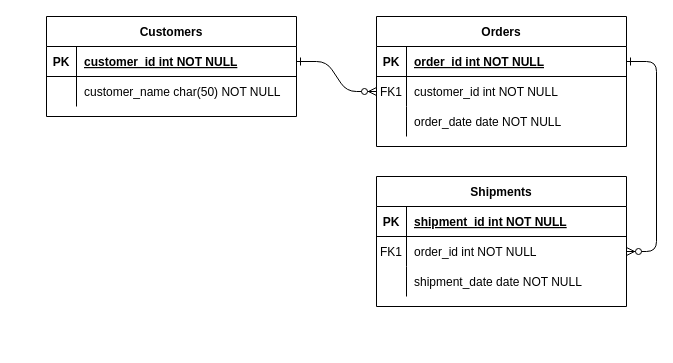
The draw.io diagram Untitled Diagram.drawio in jfrank98/pd-tp, before the edit. Source tidied: cells renumbered, new cells numbered last; positions are measured from the earlier drawing's top-left corner, leaving out a move shared by most shapes. Both pictures are drawn from the tidied source at 100%, with x=0, y=0 at pixel (46, 16).
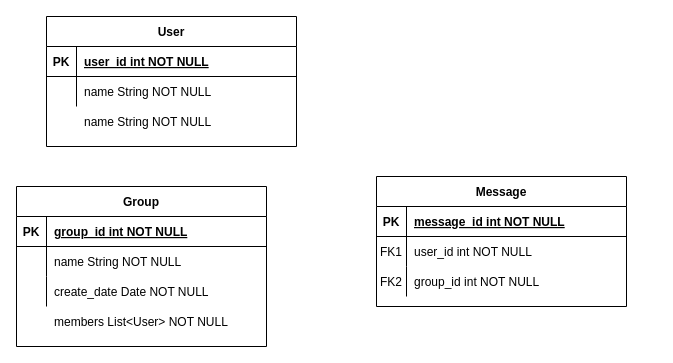
Above is the later version.

Unchanged cells that the change refers to:
```xml
<mxCell id="5" style="shape=partialRectangle;fillColor=none;points=[[0,0.5],[1,0.5]];portConstraint=eastwest;top=0;left=0;right=0;bottom=1;" parent="4" vertex="1">
  <mxGeometry y="30" width="250" height="30" as="geometry" />
</mxCell>
<mxCell id="8" style="shape=partialRectangle;fillColor=none;points=[[0,0.5],[1,0.5]];portConstraint=eastwest;top=0;left=0;right=0;bottom=0;" parent="4" vertex="1">
  <mxGeometry y="60" width="250" height="30" as="geometry" />
</mxCell>
<mxCell id="11" style="shape=partialRectangle;fillColor=none;top=0;left=0;right=0;bottom=0;" parent="4" vertex="1">
  <mxGeometry y="90" width="250" height="30" as="geometry" />
</mxCell>
<mxCell id="15" style="shape=partialRectangle;fillColor=none;top=0;left=0;right=0;bottom=1;" parent="14" vertex="1">
  <mxGeometry y="30" width="250" height="30" as="geometry" />
</mxCell>
<mxCell id="18" style="shape=partialRectangle;fillColor=none;points=[[0,0.5],[1,0.5]];portConstraint=eastwest;top=0;left=0;right=0;bottom=0;" parent="14" vertex="1">
  <mxGeometry y="60" width="250" height="30" as="geometry" />
</mxCell>
<mxCell id="21" style="shape=partialRectangle;fillColor=none;top=0;left=0;right=0;bottom=0;" parent="14" vertex="1">
  <mxGeometry y="90" width="250" height="30" as="geometry" />
</mxCell>
<mxCell id="25" style="shape=partialRectangle;fillColor=none;points=[[0,0.5],[1,0.5]];portConstraint=eastwest;top=0;left=0;right=0;bottom=1;" parent="24" vertex="1">
  <mxGeometry y="30" width="250" height="30" as="geometry" />
</mxCell>
<mxCell id="28" style="shape=partialRectangle;fillColor=none;top=0;left=0;right=0;bottom=0;" parent="24" vertex="1">
  <mxGeometry y="60" width="250" height="30" as="geometry" />
</mxCell>
```

The edit, as a diff of the source:
```diff
@@
-    <mxCell id="2" style="edgeStyle=entityRelationEdgeStyle;endArrow=ERzeroToMany;startArrow=ERone;endFill=1;startFill=0;" parent="1" edge="1" source="25" target="8">
-      <mxGeometry relative="1" as="geometry" />
-    </mxCell>
-    <mxCell id="3" style="edgeStyle=entityRelationEdgeStyle;endArrow=ERzeroToMany;startArrow=ERone;endFill=1;startFill=0;" parent="1" edge="1" source="5" target="18">
-      <mxGeometry relative="1" as="geometry" />
-    </mxCell>
-    <mxCell id="4" value="Orders" style="shape=table;startSize=30;childLayout=tableLayout;rowLines=0;fontStyle=1;align=center;" parent="1" vertex="1">
-      <mxGeometry x="330" width="250" height="130" as="geometry" />
+    <mxCell id="4" value="Group" style="shape=table;startSize=30;childLayout=tableLayout;rowLines=0;fontStyle=1;align=center;" parent="1" vertex="1">
+      <mxGeometry x="-30" y="170" width="250" height="160" as="geometry" />
     </mxCell>
@@
-    <mxCell id="7" value="order_id int NOT NULL " style="shape=partialRectangle;overflow=hidden;fillColor=none;top=0;left=0;bottom=0;right=0;align=left;spacingLeft=6;fontStyle=5;" parent="5" vertex="1">
+    <mxCell id="7" value="group_id int NOT NULL" style="shape=partialRectangle;overflow=hidden;fillColor=none;top=0;left=0;bottom=0;right=0;align=left;spacingLeft=6;fontStyle=5;" parent="5" vertex="1">
       <mxGeometry x="30" width="220" height="30" as="geometry" />
     </mxCell>
@@
-    <mxCell id="9" value="FK1" style="shape=partialRectangle;overflow=hidden;fillColor=none;top=0;left=0;bottom=0;right=0;" parent="8" vertex="1">
+    <mxCell id="9" style="shape=partialRectangle;overflow=hidden;fillColor=none;top=0;left=0;bottom=0;right=0;" parent="8" vertex="1">
       <mxGeometry width="30" height="30" as="geometry" />
     </mxCell>
-    <mxCell id="10" value="customer_id int NOT NULL" style="shape=partialRectangle;overflow=hidden;fillColor=none;top=0;left=0;bottom=0;right=0;align=left;spacingLeft=6;" parent="8" vertex="1">
+    <mxCell id="10" value="name String NOT NULL" style="shape=partialRectangle;overflow=hidden;fillColor=none;top=0;left=0;bottom=0;right=0;align=left;spacingLeft=6;" parent="8" vertex="1">
       <mxGeometry x="30" width="220" height="30" as="geometry" />
     </mxCell>
@@
-    <mxCell id="13" value="order_date date NOT NULL" style="shape=partialRectangle;overflow=hidden;fillColor=none;top=0;left=0;bottom=0;right=0;align=left;spacingLeft=6;" parent="11" vertex="1">
+    <mxCell id="13" value="create_date Date NOT NULL" style="shape=partialRectangle;overflow=hidden;fillColor=none;top=0;left=0;bottom=0;right=0;align=left;spacingLeft=6;" parent="11" vertex="1">
       <mxGeometry x="30" width="220" height="30" as="geometry" />
     </mxCell>
-    <mxCell id="14" value="Shipments" style="shape=table;startSize=30;childLayout=tableLayout;rowLines=0;fontStyle=1;align=center;" parent="1" vertex="1">
+    <mxCell id="14" value="Message" style="shape=table;startSize=30;childLayout=tableLayout;rowLines=0;fontStyle=1;align=center;" parent="1" vertex="1">
       <mxGeometry x="330" y="160" width="250" height="130" as="geometry" />
     </mxCell>
@@
-    <mxCell id="17" value="shipment_id int NOT NULL " style="shape=partialRectangle;overflow=hidden;fillColor=none;top=0;left=0;bottom=0;right=0;align=left;spacingLeft=6;fontStyle=5;" parent="15" vertex="1">
+    <mxCell id="17" value="message_id int NOT NULL" style="shape=partialRectangle;overflow=hidden;fillColor=none;top=0;left=0;bottom=0;right=0;align=left;spacingLeft=6;fontStyle=5;" parent="15" vertex="1">
       <mxGeometry x="30" width="220" height="30" as="geometry" />
     </mxCell>
@@
-    <mxCell id="20" value="order_id int NOT NULL" style="shape=partialRectangle;overflow=hidden;fillColor=none;top=0;left=0;bottom=0;right=0;align=left;spacingLeft=6;" parent="18" vertex="1">
+    <mxCell id="20" value="user_id int NOT NULL" style="shape=partialRectangle;overflow=hidden;fillColor=none;top=0;left=0;bottom=0;right=0;align=left;spacingLeft=6;" parent="18" vertex="1">
       <mxGeometry x="30" width="220" height="30" as="geometry" />
     </mxCell>
@@
-    <mxCell id="22" style="shape=partialRectangle;overflow=hidden;fillColor=none;top=0;left=0;bottom=0;right=0;" parent="21" vertex="1">
+    <mxCell id="22" value="FK2" style="shape=partialRectangle;overflow=hidden;fillColor=none;top=0;left=0;bottom=0;right=0;" parent="21" vertex="1">
       <mxGeometry width="30" height="30" as="geometry" />
     </mxCell>
-    <mxCell id="23" value="shipment_date date NOT NULL" style="shape=partialRectangle;overflow=hidden;fillColor=none;top=0;left=0;bottom=0;right=0;align=left;spacingLeft=6;" parent="21" vertex="1">
+    <mxCell id="23" value="group_id int NOT NULL" style="shape=partialRectangle;overflow=hidden;fillColor=none;top=0;left=0;bottom=0;right=0;align=left;spacingLeft=6;" parent="21" vertex="1">
       <mxGeometry x="30" width="220" height="30" as="geometry" />
     </mxCell>
-    <mxCell id="24" value="Customers" style="shape=table;startSize=30;childLayout=tableLayout;rowLines=0;fontStyle=1;align=center;" parent="1" vertex="1">
-      <mxGeometry width="250" height="100" as="geometry" />
+    <mxCell id="24" value="User" style="shape=table;startSize=30;childLayout=tableLayout;rowLines=0;fontStyle=1;align=center;" parent="1" vertex="1">
+      <mxGeometry width="250" height="130" as="geometry" />
     </mxCell>
@@
-    <mxCell id="27" value="customer_id int NOT NULL " style="shape=partialRectangle;overflow=hidden;fillColor=none;top=0;left=0;bottom=0;right=0;align=left;spacingLeft=6;fontStyle=5;" parent="25" vertex="1">
+    <mxCell id="27" value="user_id int NOT NULL" style="shape=partialRectangle;overflow=hidden;fillColor=none;top=0;left=0;bottom=0;right=0;align=left;spacingLeft=6;fontStyle=5;" parent="25" vertex="1">
       <mxGeometry x="30" width="220" height="30" as="geometry" />
     </mxCell>
@@
-    <mxCell id="30" value="customer_name char(50) NOT NULL" style="shape=partialRectangle;overflow=hidden;fillColor=none;top=0;left=0;bottom=0;right=0;align=left;spacingLeft=6;" parent="28" vertex="1">
+    <mxCell id="30" value="name String NOT NULL" style="shape=partialRectangle;overflow=hidden;fillColor=none;top=0;left=0;bottom=0;right=0;align=left;spacingLeft=6;" parent="28" vertex="1">
       <mxGeometry x="30" width="220" height="30" as="geometry" />
     </mxCell>
+    <mxCell id="31" value="name String NOT NULL" style="shape=partialRectangle;overflow=hidden;fillColor=none;top=0;left=0;bottom=0;right=0;align=left;spacingLeft=6;" parent="1" vertex="1">
+      <mxGeometry x="30" y="90" width="220" height="30" as="geometry" />
+    </mxCell>
+    <mxCell id="32" value="members List&lt;User&gt; NOT NULL" style="shape=partialRectangle;overflow=hidden;fillColor=none;top=0;left=0;bottom=0;right=0;align=left;spacingLeft=6;" parent="1" vertex="1">
+      <mxGeometry y="290" width="220" height="30" as="geometry" />
+    </mxCell>
```
